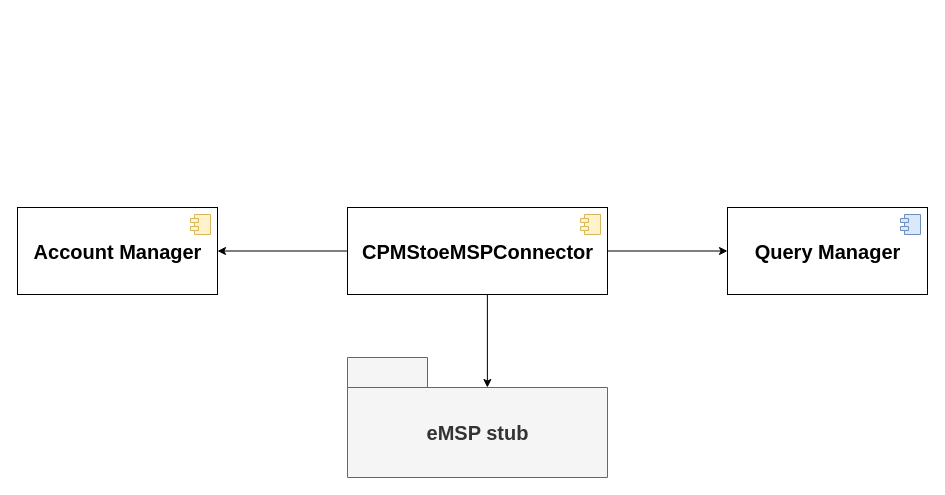
Earlier version of the draw.io diagram DD/src/Integration/CPMS_Connector.drawio (gio-del/eMall). Source tidied: cells renumbered, new cells numbered last; positions are measured from the earlier drawing's top-left corner, leaving out a move shared by most shapes. Both pictures are drawn from the tidied source at 100%, with x=0, y=0 at pixel (17, 207).
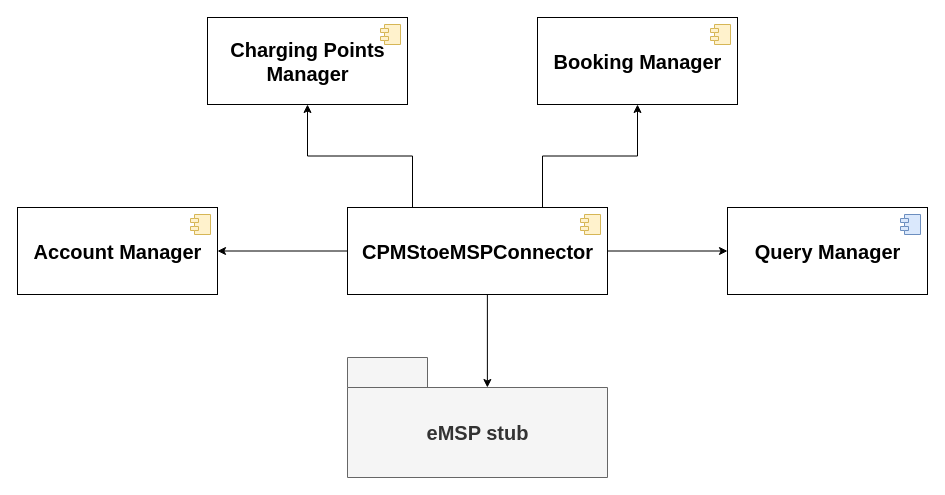
Above is the later version.

The change refers to these unchanged cells:
```xml
<mxCell id="6" value="&lt;b&gt;CPMStoeMSPConnector&lt;/b&gt;" style="html=1;fontSize=20;sketch=0;" parent="1" vertex="1">
  <mxGeometry x="330" width="260" height="87" as="geometry" />
</mxCell>
```

Change to the diagram source:
```diff
@@
+    <mxCell id="12" value="&lt;b style=&quot;font-size: 20px&quot;&gt;Charging Points&lt;br&gt;Manager&lt;br&gt;&lt;/b&gt;" style="html=1;fontSize=20;sketch=0;" parent="1" vertex="1">
+      <mxGeometry x="190" y="-190" width="200" height="87" as="geometry" />
+    </mxCell>
+    <mxCell id="13" style="shape=module;jettyWidth=8;jettyHeight=4;fontSize=20;fillColor=#fff2cc;strokeColor=#d6b656;" parent="12" vertex="1">
+      <mxGeometry x="1" width="20" height="20" relative="1" as="geometry">
+        <mxPoint x="-27" y="7" as="offset" />
+      </mxGeometry>
+    </mxCell>
+    <mxCell id="14" value="&lt;b style=&quot;font-size: 20px&quot;&gt;Booking Manager&lt;/b&gt;" style="html=1;fontSize=20;sketch=0;" parent="1" vertex="1">
+      <mxGeometry x="520" y="-190" width="200" height="87" as="geometry" />
+    </mxCell>
+    <mxCell id="15" style="shape=module;jettyWidth=8;jettyHeight=4;fontSize=20;fillColor=#fff2cc;strokeColor=#d6b656;" parent="14" vertex="1">
+      <mxGeometry x="1" width="20" height="20" relative="1" as="geometry">
+        <mxPoint x="-27" y="7" as="offset" />
+      </mxGeometry>
+    </mxCell>
+    <mxCell id="16" style="endArrow=classic;html=1;rounded=0;entryX=0.5;entryY=1;entryDx=0;entryDy=0;exitX=0.25;exitY=0;exitDx=0;exitDy=0;edgeStyle=orthogonalEdgeStyle;" parent="1" edge="1" source="6" target="12">
+      <mxGeometry relative="1" as="geometry" />
+    </mxCell>
+    <mxCell id="17" style="endArrow=classic;html=1;rounded=0;entryX=0.5;entryY=1;entryDx=0;entryDy=0;exitX=0.75;exitY=0;exitDx=0;exitDy=0;edgeStyle=orthogonalEdgeStyle;" parent="1" edge="1" source="6" target="14">
+      <mxGeometry relative="1" as="geometry" />
+    </mxCell>
```
